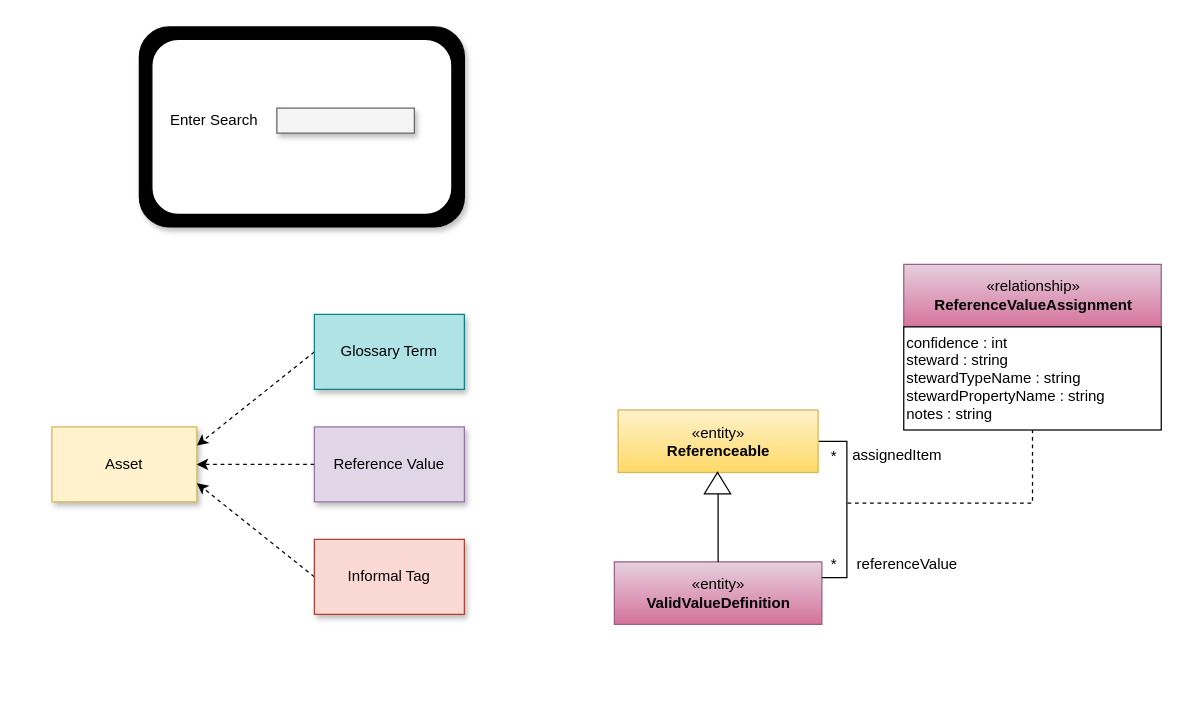
Earlier version of the draw.io diagram page "use-case-3-tagging" (6 of 10) of site/docs/features/reference-data-management/reference-data-management.drawio (odpi/egeria-docs). Source tidied: cells renumbered, new cells numbered last; positions are measured from the earlier drawing's top-left corner, leaving out a move shared by most shapes. Both pictures are drawn from the tidied source at 125%, with x=0, y=0 at pixel (51, 26).
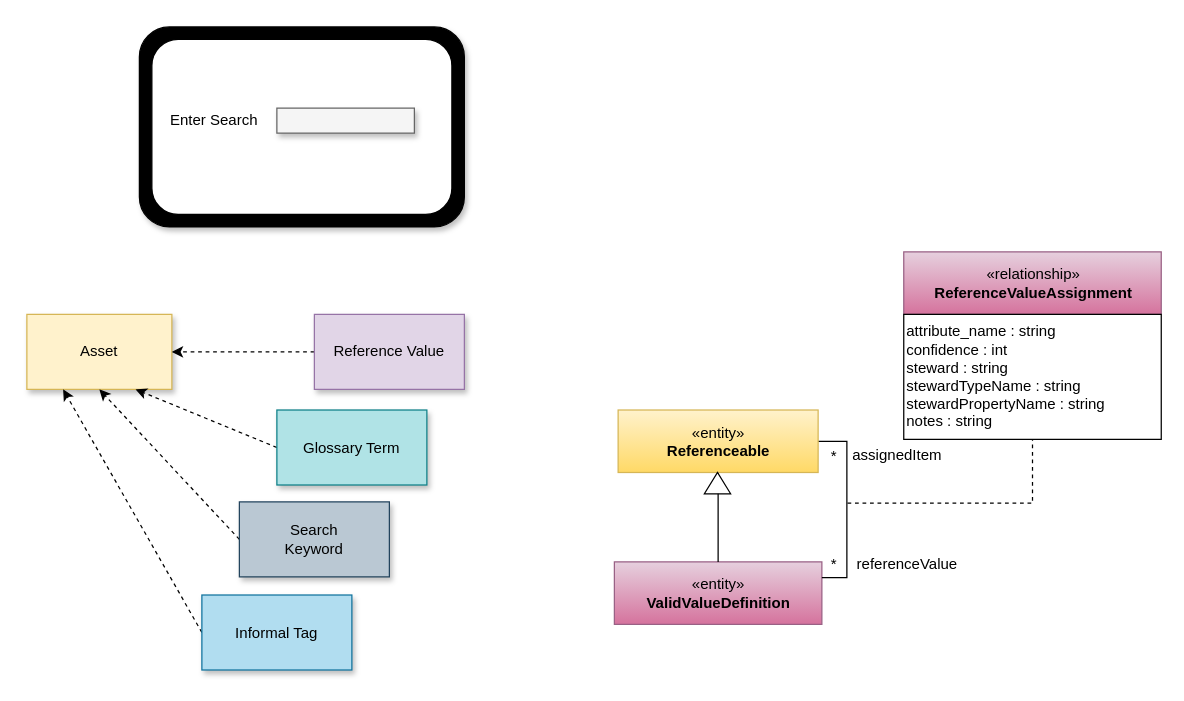
Above is the later version.

Change to the diagram source:
```diff
@@
     <mxCell id="6" value="Asset" style="rounded=0;whiteSpace=wrap;html=1;shadow=1;fillColor=#fff2cc;align=center;strokeColor=#d6b656;" parent="1" vertex="1">
-      <mxGeometry y="320" width="116" height="60" as="geometry" />
+      <mxGeometry x="-20" y="230" width="116" height="60" as="geometry" />
     </mxCell>
-    <mxCell id="7" style="edgeStyle=none;rounded=0;jettySize=auto;html=1;exitX=0;exitY=0.5;exitDx=0;exitDy=0;entryX=1;entryY=0.25;entryDx=0;entryDy=0;dashed=1;" parent="1" edge="1" source="8" target="6">
+    <mxCell id="7" style="edgeStyle=none;rounded=0;jettySize=auto;html=1;exitX=0;exitY=0.5;exitDx=0;exitDy=0;entryX=0.75;entryY=1;entryDx=0;entryDy=0;dashed=1;" parent="1" edge="1" source="8" target="6">
       <mxGeometry relative="1" as="geometry" />
     </mxCell>
     <mxCell id="8" value="Glossary Term" style="rounded=0;whiteSpace=wrap;html=1;shadow=1;fillColor=#b0e3e6;align=center;strokeColor=#0e8088;" parent="1" vertex="1">
-      <mxGeometry x="210" y="230" width="120" height="60" as="geometry" />
+      <mxGeometry x="180" y="306.5" width="120" height="60" as="geometry" />
     </mxCell>
-    <mxCell id="9" style="edgeStyle=none;rounded=0;jettySize=auto;html=1;exitX=0;exitY=0.5;exitDx=0;exitDy=0;entryX=1;entryY=0.75;entryDx=0;entryDy=0;dashed=1;" parent="1" edge="1" source="10" target="6">
+    <mxCell id="9" style="edgeStyle=none;rounded=0;jettySize=auto;html=1;exitX=0;exitY=0.5;exitDx=0;exitDy=0;dashed=1;entryX=0.25;entryY=1;entryDx=0;entryDy=0;" parent="1" edge="1" source="10" target="6">
       <mxGeometry relative="1" as="geometry" />
     </mxCell>
-    <mxCell id="10" value="Informal Tag" style="rounded=0;whiteSpace=wrap;html=1;shadow=1;fillColor=#fad9d5;align=center;strokeColor=#ae4132;" parent="1" vertex="1">
-      <mxGeometry x="210" y="410" width="120" height="60" as="geometry" />
+    <mxCell id="10" value="Informal Tag" style="rounded=0;whiteSpace=wrap;html=1;shadow=1;fillColor=#b1ddf0;align=center;strokeColor=#10739e;" parent="1" vertex="1">
+      <mxGeometry x="120" y="454.5" width="120" height="60" as="geometry" />
     </mxCell>
@@
     <mxCell id="12" value="Reference Value" style="rounded=0;whiteSpace=wrap;html=1;shadow=1;fillColor=#e1d5e7;align=center;strokeColor=#9673a6;" parent="1" vertex="1">
-      <mxGeometry x="210" y="320" width="120" height="60" as="geometry" />
+      <mxGeometry x="210" y="230" width="120" height="60" as="geometry" />
     </mxCell>
@@
     <mxCell id="20" value="«relationship»&lt;br&gt;&lt;b&gt;ReferenceValueAssignment&lt;/b&gt;" style="html=1;strokeColor=#996185;align=center;fillColor=#e6d0de;gradientColor=#d5739d;" parent="1" vertex="1">
-      <mxGeometry x="681.5" y="190" width="206" height="50" as="geometry" />
+      <mxGeometry x="681.5" y="180" width="206" height="50" as="geometry" />
     </mxCell>
@@
-    <mxCell id="22" value="&lt;div&gt;confidence : int&lt;br&gt;&lt;/div&gt;&lt;div&gt;steward : string&lt;/div&gt;&lt;div&gt;stewardTypeName : string&lt;/div&gt;&lt;div&gt;stewardPropertyName : string&lt;/div&gt;&lt;div&gt;notes : string&lt;/div&gt;" style="rounded=0;whiteSpace=wrap;html=1;strokeColor=#000000;gradientColor=#ffffff;align=left;" parent="1" vertex="1">
-      <mxGeometry x="681.5" y="240" width="206" height="82.5" as="geometry" />
+    <mxCell id="22" value="&lt;div&gt;attribute_name : string&lt;/div&gt;&lt;div&gt;confidence : int&lt;br&gt;&lt;/div&gt;&lt;div&gt;steward : string&lt;/div&gt;&lt;div&gt;stewardTypeName : string&lt;/div&gt;&lt;div&gt;stewardPropertyName : string&lt;/div&gt;&lt;div&gt;notes : string&lt;/div&gt;" style="rounded=0;whiteSpace=wrap;html=1;strokeColor=#000000;gradientColor=#ffffff;align=left;" parent="1" vertex="1">
+      <mxGeometry x="681.5" y="230" width="206" height="100" as="geometry" />
     </mxCell>
@@
+    <mxCell id="25" style="edgeStyle=none;rounded=0;jettySize=auto;html=1;exitX=0;exitY=0.5;exitDx=0;exitDy=0;entryX=0.5;entryY=1;entryDx=0;entryDy=0;dashed=1;" parent="1" edge="1" source="26" target="6">
+      <mxGeometry relative="1" as="geometry" />
+    </mxCell>
+    <mxCell id="26" value="Search&lt;div&gt;Keyword&lt;/div&gt;" style="rounded=0;whiteSpace=wrap;html=1;shadow=1;fillColor=#bac8d3;align=center;strokeColor=#23445d;" parent="1" vertex="1">
+      <mxGeometry x="150" y="380" width="120" height="60" as="geometry" />
+    </mxCell>
```
